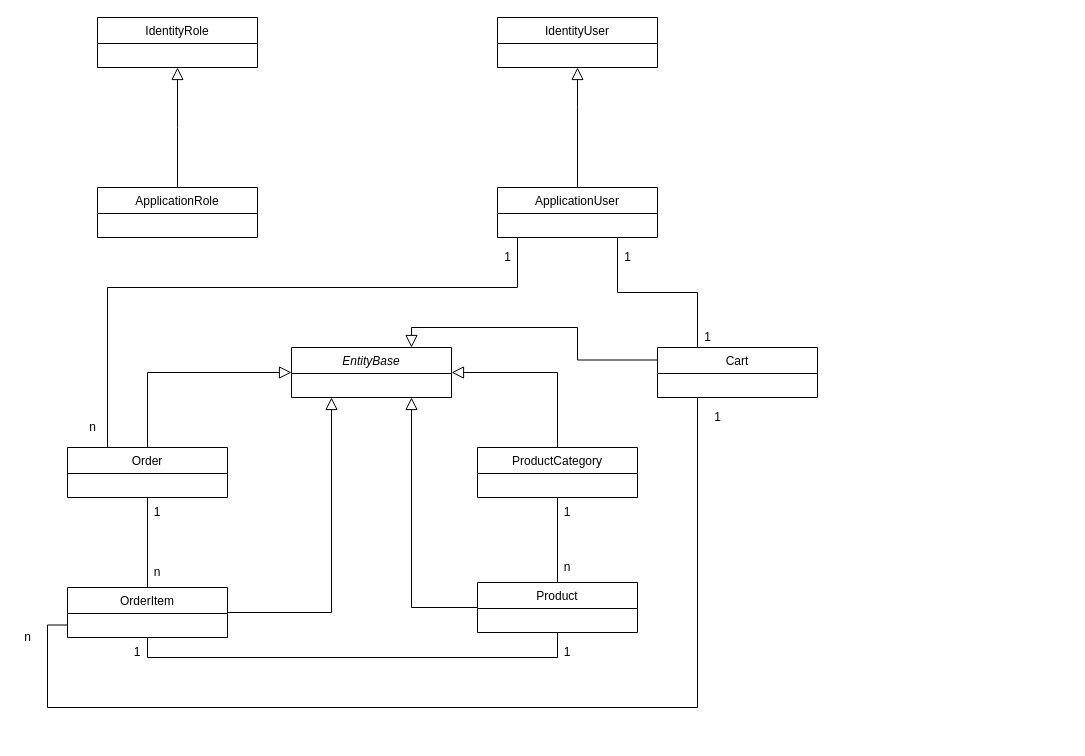
Earlier version of the draw.io diagram page "Class Diagram" (2 of 2) of CurlyCircleDiagrams.drawio (Maxtr0n/CurlycircleWebshop). Source tidied: cells renumbered, new cells numbered last; positions are measured from the earlier drawing's top-left corner, leaving out a move shared by most shapes. Both pictures are drawn from the tidied source at 100%, with x=0, y=0 at pixel (17, 17).
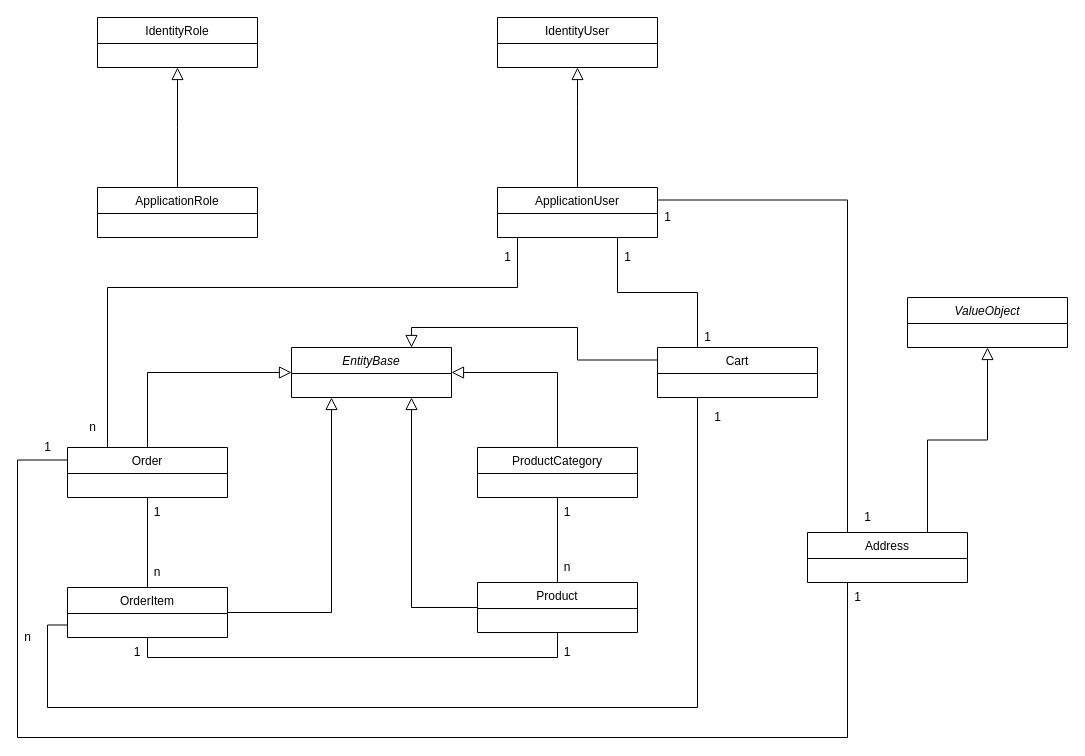
The same page after the edit.

Unchanged cells that the change refers to:
```xml
<mxCell id="4" value="ApplicationUser" style="swimlane;fontStyle=0;align=center;verticalAlign=top;horizontal=1;startSize=26;rounded=0;shadow=0;strokeWidth=1;" parent="1" vertex="1">
  <mxGeometry x="480" y="170" width="160" height="50" as="geometry" />
</mxCell>
<mxCell id="10" value="Order" style="swimlane;fontStyle=0;align=center;verticalAlign=top;horizontal=1;startSize=26;rounded=0;shadow=0;strokeWidth=1;" parent="1" vertex="1">
  <mxGeometry x="50" y="430" width="160" height="50" as="geometry" />
</mxCell>
```

Diff of the diagram source:
```diff
@@
+    <mxCell id="37" style="edgeStyle=orthogonalEdgeStyle;rounded=0;jettySize=auto;html=1;exitX=0;exitY=0.25;exitDx=0;exitDy=0;entryX=0.25;entryY=1;entryDx=0;entryDy=0;endArrow=none;endFill=0;" parent="1" edge="1" source="10" target="40">
+      <mxGeometry relative="1" as="geometry">
+        <Array as="points">
+          <mxPoint y="443" />
+          <mxPoint y="720" />
+          <mxPoint x="830" y="720" />
+        </Array>
+      </mxGeometry>
+    </mxCell>
@@
+    <mxCell id="38" style="edgeStyle=orthogonalEdgeStyle;rounded=0;jettySize=auto;html=1;exitX=0.25;exitY=0;exitDx=0;exitDy=0;entryX=1;entryY=0.25;entryDx=0;entryDy=0;endArrow=none;endFill=0;" parent="1" edge="1" source="40" target="4">
+      <mxGeometry relative="1" as="geometry" />
+    </mxCell>
+    <mxCell id="39" style="edgeStyle=orthogonalEdgeStyle;rounded=0;jettySize=auto;html=1;exitX=0.75;exitY=0;exitDx=0;exitDy=0;entryX=0.5;entryY=1;entryDx=0;entryDy=0;endArrow=block;endFill=0;endSize=10;" parent="1" edge="1" source="40" target="45">
+      <mxGeometry relative="1" as="geometry" />
+    </mxCell>
+    <mxCell id="40" value="Address" style="swimlane;fontStyle=0;align=center;verticalAlign=top;horizontal=1;startSize=26;rounded=0;shadow=0;strokeWidth=1;" parent="1" vertex="1">
+      <mxGeometry x="790" y="515" width="160" height="50" as="geometry" />
+    </mxCell>
+    <mxCell id="41" value="1" style="text;html=1;align=center;verticalAlign=middle;strokeColor=none;fillColor=none;" parent="1" vertex="1">
+      <mxGeometry x="640" y="190" width="20" height="20" as="geometry" />
+    </mxCell>
+    <mxCell id="42" value="1" style="text;html=1;align=center;verticalAlign=middle;strokeColor=none;fillColor=none;" parent="1" vertex="1">
+      <mxGeometry x="840" y="490" width="20" height="20" as="geometry" />
+    </mxCell>
+    <mxCell id="43" value="1" style="text;html=1;align=center;verticalAlign=middle;strokeColor=none;fillColor=none;" parent="1" vertex="1">
+      <mxGeometry x="830" y="570" width="20" height="20" as="geometry" />
+    </mxCell>
+    <mxCell id="44" value="1" style="text;html=1;align=center;verticalAlign=middle;strokeColor=none;fillColor=none;" parent="1" vertex="1">
+      <mxGeometry x="20" y="420" width="20" height="20" as="geometry" />
+    </mxCell>
+    <mxCell id="45" value="ValueObject" style="swimlane;fontStyle=2;align=center;verticalAlign=top;horizontal=1;startSize=26;rounded=0;shadow=0;strokeWidth=1;" parent="1" vertex="1">
+      <mxGeometry x="890" y="280" width="160" height="50" as="geometry" />
+    </mxCell>
```
